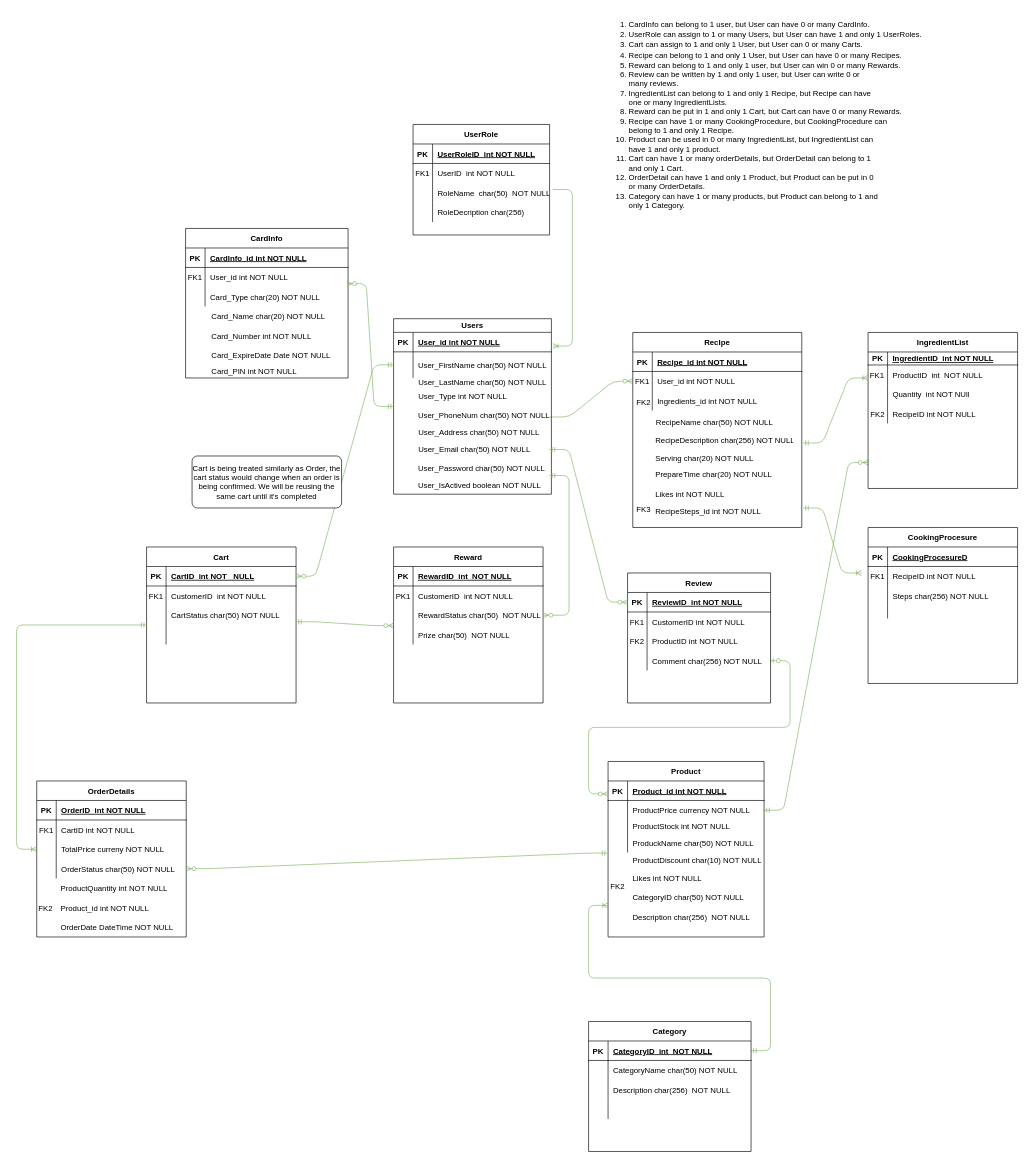
The draw.io diagram page "Page-1" (1 of 2) of ERD.drawio in Wavergg/721SoftwareEngineering, before the edit. Source tidied: cells renumbered, new cells numbered last; positions are measured from the earlier drawing's top-left corner, leaving out a move shared by most shapes. Both pictures are drawn from the tidied source at 65%, with x=0, y=0 at pixel (16, 14).
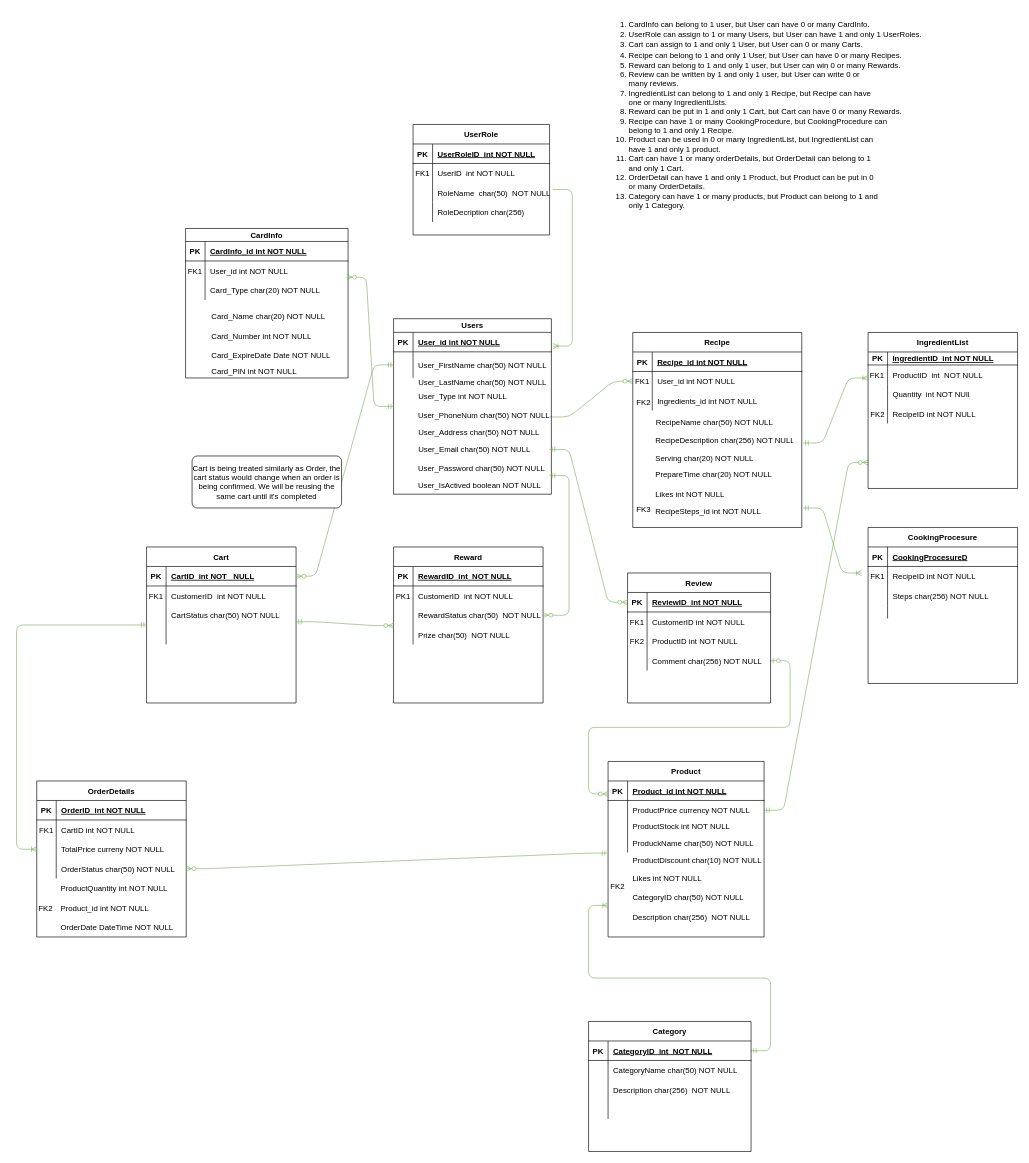
After the change.

The change refers to these unchanged cells:
```xml
<mxCell id="2" style="group;" parent="1" vertex="1">
  <mxGeometry x="262" y="330" width="250" height="240" as="geometry" />
</mxCell>
```

Change to the diagram source:
```diff
@@
-    <mxCell id="3" value="CardInfo" style="shape=table;startSize=30;childLayout=tableLayout;rowLines=0;fontStyle=1;align=center;" parent="2" vertex="1">
+    <mxCell id="3" value="CardInfo" style="shape=table;startSize=20;childLayout=tableLayout;rowLines=0;fontStyle=1;align=center;" parent="2" vertex="1">
       <mxGeometry x="-2" width="250" height="230" as="geometry" />
     </mxCell>
     <mxCell id="4" style="shape=partialRectangle;fillColor=none;top=0;left=0;right=0;bottom=1;" parent="3" vertex="1">
-      <mxGeometry y="30" width="250" height="30" as="geometry" />
+      <mxGeometry y="20" width="250" height="30" as="geometry" />
     </mxCell>
@@
     <mxCell id="7" style="shape=partialRectangle;fillColor=none;top=0;left=0;right=0;bottom=0;" parent="3" vertex="1">
-      <mxGeometry y="60" width="250" height="30" as="geometry" />
+      <mxGeometry y="50" width="250" height="30" as="geometry" />
     </mxCell>
@@
     <mxCell id="10" style="shape=partialRectangle;fillColor=none;points=[[0,0.5],[1,0.5]];portConstraint=eastwest;top=0;left=0;right=0;bottom=0;" parent="3" vertex="1">
-      <mxGeometry y="90" width="250" height="30" as="geometry" />
+      <mxGeometry y="80" width="250" height="30" as="geometry" />
     </mxCell>
```
